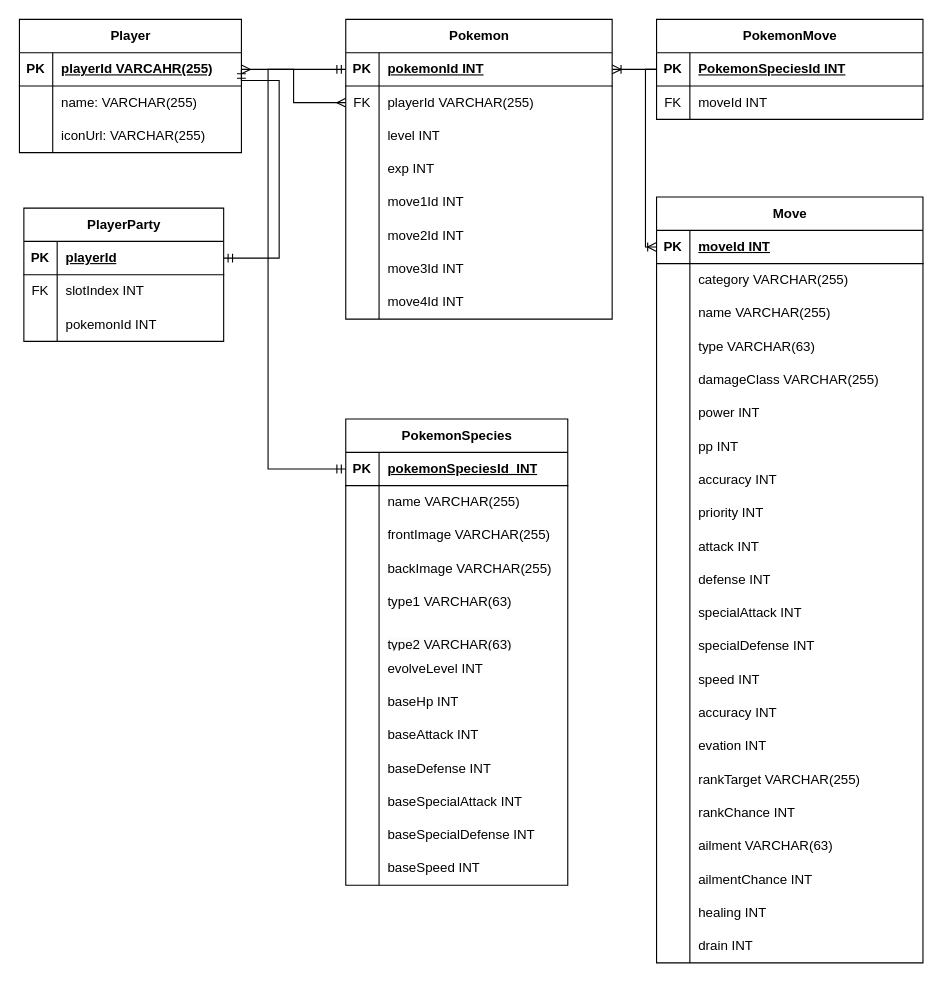
Before: docs/UML/ER図.drawio in ayumu203/poke-clone-v3, a draw.io diagram. Source tidied: cells renumbered, new cells numbered last; positions are measured from the earlier drawing's top-left corner, leaving out a move shared by most shapes. Both pictures are drawn from the tidied source at 111%, with x=0, y=0 at pixel (19, 19).
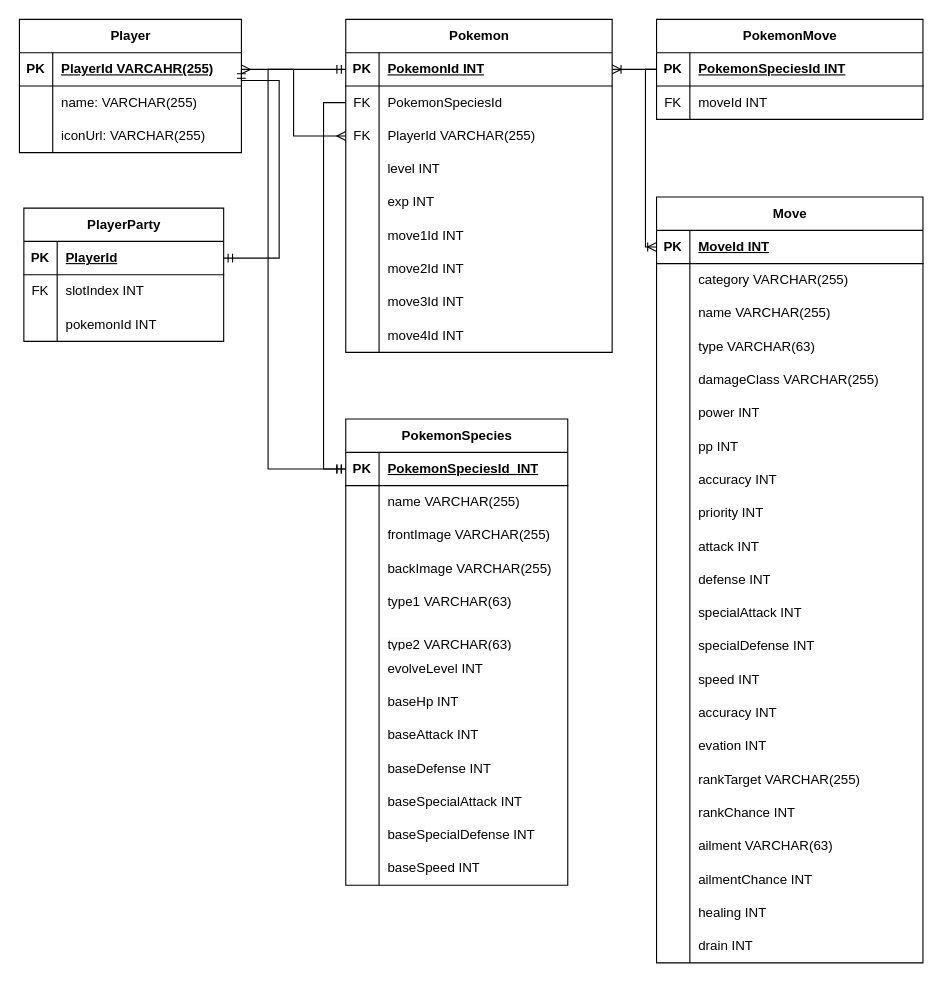
The same diagram, later.

Commit message (it also covers changes not shown here):
docs: クラス図にEnum定義とデータベースキー関係を追加

Unchanged cells that the change refers to:
```xml
<mxCell id="3" style="shape=tableRow;horizontal=0;startSize=0;swimlaneHead=0;swimlaneBody=0;fillColor=none;points=[[0,0.5],[1,0.5]];portConstraint=eastwest;top=0;left=0;right=0;bottom=1;" parent="2" vertex="1">
  <mxGeometry y="30" width="200" height="30" as="geometry" />
</mxCell>
<mxCell id="13" style="shape=tableRow;horizontal=0;startSize=0;swimlaneHead=0;swimlaneBody=0;fillColor=none;points=[[0,0.5],[1,0.5]];portConstraint=eastwest;top=0;left=0;right=0;bottom=1;" parent="12" vertex="1">
  <mxGeometry y="30" width="200" height="30" as="geometry" />
</mxCell>
<mxCell id="53" style="shape=tableRow;horizontal=0;startSize=0;swimlaneHead=0;swimlaneBody=0;fillColor=none;points=[[0,0.5],[1,0.5]];portConstraint=eastwest;top=0;left=0;right=0;bottom=1;labelBorderColor=none;" parent="52" vertex="1">
  <mxGeometry y="30" width="240" height="30" as="geometry" />
</mxCell>
<mxCell id="78" style="shape=tableRow;horizontal=0;startSize=0;swimlaneHead=0;swimlaneBody=0;fillColor=none;points=[[0,0.5],[1,0.5]];portConstraint=eastwest;top=0;left=0;right=0;bottom=1;" parent="77" vertex="1">
  <mxGeometry y="30" width="240" height="30" as="geometry" />
</mxCell>
<mxCell id="156" style="shape=tableRow;horizontal=0;startSize=0;swimlaneHead=0;swimlaneBody=0;fillColor=none;points=[[0,0.5],[1,0.5]];portConstraint=eastwest;top=0;left=0;right=0;bottom=1;" parent="155" vertex="1">
  <mxGeometry y="30" width="180" height="30" as="geometry" />
</mxCell>
```

Diff of the diagram source:
```diff
@@
-    <mxCell id="5" value="playerId VARCAHR(255)" style="shape=partialRectangle;fillColor=none;top=0;left=0;bottom=0;right=0;align=left;spacingLeft=6;fontStyle=5;overflow=hidden;whiteSpace=wrap;html=1;" parent="3" vertex="1">
+    <mxCell id="5" value="PlayerId VARCAHR(255)" style="shape=partialRectangle;fillColor=none;top=0;left=0;bottom=0;right=0;align=left;spacingLeft=6;fontStyle=5;overflow=hidden;whiteSpace=wrap;html=1;" parent="3" vertex="1">
       <mxGeometry x="30" width="170" height="30" as="geometry" />
     </mxCell>
@@
-    <mxCell id="15" value="pokemonSpeciesId&amp;nbsp; INT" style="shape=partialRectangle;fillColor=none;top=0;left=0;bottom=0;right=0;align=left;spacingLeft=6;fontStyle=5;overflow=hidden;whiteSpace=wrap;html=1;" parent="13" vertex="1">
+    <mxCell id="15" value="PokemonSpeciesId&amp;nbsp; INT" style="shape=partialRectangle;fillColor=none;top=0;left=0;bottom=0;right=0;align=left;spacingLeft=6;fontStyle=5;overflow=hidden;whiteSpace=wrap;html=1;" parent="13" vertex="1">
       <mxGeometry x="30" width="170" height="30" as="geometry" />
     </mxCell>
@@
     <mxCell id="52" value="Pokemon" style="shape=table;startSize=30;childLayout=tableLayout;rowLines=0;fontStyle=1;align=center;html=1;" parent="1" vertex="1">
-      <mxGeometry x="294" width="240" height="270" as="geometry" />
+      <mxGeometry x="294" width="240" height="300" as="geometry" />
     </mxCell>
@@
-    <mxCell id="55" value="pokemonId INT" style="shape=partialRectangle;fillColor=none;top=0;left=0;bottom=0;right=0;align=left;spacingLeft=6;fontStyle=5;overflow=hidden;whiteSpace=wrap;html=1;" parent="53" vertex="1">
+    <mxCell id="55" value="PokemonId INT" style="shape=partialRectangle;fillColor=none;top=0;left=0;bottom=0;right=0;align=left;spacingLeft=6;fontStyle=5;overflow=hidden;whiteSpace=wrap;html=1;" parent="53" vertex="1">
       <mxGeometry x="30" width="210" height="30" as="geometry" />
     </mxCell>
+    <mxCell id="166" style="shape=tableRow;horizontal=0;startSize=0;swimlaneHead=0;swimlaneBody=0;fillColor=none;points=[[0,0.5],[1,0.5]];portConstraint=eastwest;top=0;left=0;right=0;bottom=0;swimlaneFillColor=#000000;labelBorderColor=none;strokeColor=default;labelBackgroundColor=none;" parent="52" vertex="1">
+      <mxGeometry y="60" width="240" height="30" as="geometry" />
+    </mxCell>
+    <mxCell id="167" value="FK" style="shape=partialRectangle;fillColor=none;top=0;left=0;bottom=0;right=0;overflow=hidden;whiteSpace=wrap;html=1;" parent="166" vertex="1">
+      <mxGeometry width="30" height="30" as="geometry" />
+    </mxCell>
+    <mxCell id="168" value="PokemonSpeciesId" style="shape=partialRectangle;fillColor=none;top=0;left=0;bottom=0;right=0;align=left;spacingLeft=6;overflow=hidden;whiteSpace=wrap;html=1;strokeWidth=6;" parent="166" vertex="1">
+      <mxGeometry x="30" width="210" height="30" as="geometry" />
+    </mxCell>
     <mxCell id="56" style="shape=tableRow;horizontal=0;startSize=0;swimlaneHead=0;swimlaneBody=0;fillColor=none;points=[[0,0.5],[1,0.5]];portConstraint=eastwest;top=0;left=0;right=0;bottom=0;swimlaneFillColor=#000000;labelBorderColor=none;strokeColor=default;labelBackgroundColor=none;" parent="52" vertex="1">
-      <mxGeometry y="60" width="240" height="30" as="geometry" />
+      <mxGeometry y="90" width="240" height="30" as="geometry" />
     </mxCell>
@@
-    <mxCell id="58" value="playerId VARCHAR(255)" style="shape=partialRectangle;fillColor=none;top=0;left=0;bottom=0;right=0;align=left;spacingLeft=6;overflow=hidden;whiteSpace=wrap;html=1;strokeWidth=6;" parent="56" vertex="1">
+    <mxCell id="58" value="PlayerId VARCHAR(255)" style="shape=partialRectangle;fillColor=none;top=0;left=0;bottom=0;right=0;align=left;spacingLeft=6;overflow=hidden;whiteSpace=wrap;html=1;strokeWidth=6;" parent="56" vertex="1">
       <mxGeometry x="30" width="210" height="30" as="geometry" />
     </mxCell>
     <mxCell id="59" style="shape=tableRow;horizontal=0;startSize=0;swimlaneHead=0;swimlaneBody=0;fillColor=none;top=0;left=0;right=0;bottom=0;" parent="52" vertex="1">
-      <mxGeometry y="90" width="240" height="30" as="geometry" />
+      <mxGeometry y="120" width="240" height="30" as="geometry" />
     </mxCell>
@@
     <mxCell id="62" style="shape=tableRow;horizontal=0;startSize=0;swimlaneHead=0;swimlaneBody=0;fillColor=none;top=0;left=0;right=0;bottom=0;" parent="52" vertex="1">
-      <mxGeometry y="120" width="240" height="30" as="geometry" />
+      <mxGeometry y="150" width="240" height="30" as="geometry" />
     </mxCell>
@@
     <mxCell id="65" style="shape=tableRow;horizontal=0;startSize=0;swimlaneHead=0;swimlaneBody=0;fillColor=none;top=0;left=0;right=0;bottom=0;" parent="52" vertex="1">
-      <mxGeometry y="150" width="240" height="30" as="geometry" />
+      <mxGeometry y="180" width="240" height="30" as="geometry" />
     </mxCell>
@@
     <mxCell id="68" style="shape=tableRow;horizontal=0;startSize=0;swimlaneHead=0;swimlaneBody=0;fillColor=none;top=0;left=0;right=0;bottom=0;" parent="52" vertex="1">
-      <mxGeometry y="180" width="240" height="30" as="geometry" />
+      <mxGeometry y="210" width="240" height="30" as="geometry" />
     </mxCell>
@@
     <mxCell id="71" style="shape=tableRow;horizontal=0;startSize=0;swimlaneHead=0;swimlaneBody=0;fillColor=none;top=0;left=0;right=0;bottom=0;" parent="52" vertex="1">
-      <mxGeometry y="210" width="240" height="30" as="geometry" />
+      <mxGeometry y="240" width="240" height="30" as="geometry" />
     </mxCell>
@@
     <mxCell id="74" style="shape=tableRow;horizontal=0;startSize=0;swimlaneHead=0;swimlaneBody=0;fillColor=none;top=0;left=0;right=0;bottom=0;" parent="52" vertex="1">
-      <mxGeometry y="240" width="240" height="30" as="geometry" />
+      <mxGeometry y="270" width="240" height="30" as="geometry" />
     </mxCell>
@@
-    <mxCell id="80" value="moveId INT" style="shape=partialRectangle;fillColor=none;top=0;left=0;bottom=0;right=0;align=left;spacingLeft=6;fontStyle=5;overflow=hidden;whiteSpace=wrap;html=1;" parent="78" vertex="1">
+    <mxCell id="80" value="MoveId INT" style="shape=partialRectangle;fillColor=none;top=0;left=0;bottom=0;right=0;align=left;spacingLeft=6;fontStyle=5;overflow=hidden;whiteSpace=wrap;html=1;" parent="78" vertex="1">
       <mxGeometry x="30" width="210" height="30" as="geometry" />
     </mxCell>
@@
-    <mxCell id="158" value="playerId" style="shape=partialRectangle;fillColor=none;top=0;left=0;bottom=0;right=0;align=left;spacingLeft=6;fontStyle=5;overflow=hidden;whiteSpace=wrap;html=1;" parent="156" vertex="1">
+    <mxCell id="158" value="PlayerId" style="shape=partialRectangle;fillColor=none;top=0;left=0;bottom=0;right=0;align=left;spacingLeft=6;fontStyle=5;overflow=hidden;whiteSpace=wrap;html=1;" parent="156" vertex="1">
       <mxGeometry x="30" width="150" height="30" as="geometry" />
     </mxCell>
@@
+    <mxCell id="169" style="edgeStyle=elbowEdgeStyle;fontSize=12;html=1;endArrow=ERmandOne;rounded=0;entryX=0;entryY=0.5;entryDx=0;entryDy=0;exitX=0;exitY=0.5;exitDx=0;exitDy=0;elbow=vertical;" parent="1" edge="1" source="166" target="13">
+      <mxGeometry relative="1" as="geometry">
+        <Array as="points">
+          <mxPoint x="274" y="250" />
+        </Array>
+      </mxGeometry>
+    </mxCell>
```
